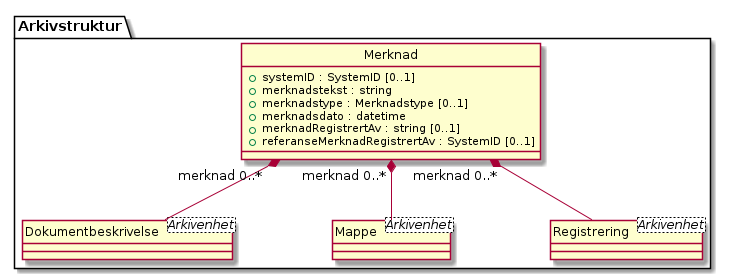
The PlantUML diagram kapitler/media/uml-class-merknad.png in arkivverket/noark5-tjenestegrensesnitt-standard, before a commit.
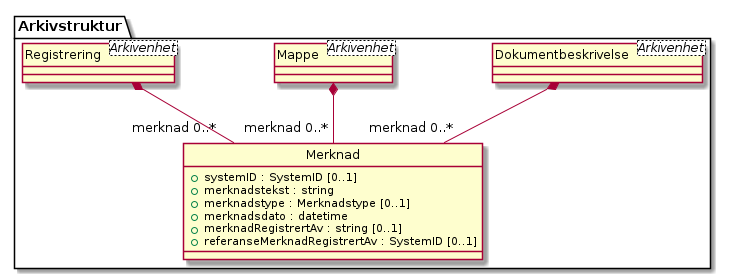
The same file after the commit.

The edit, as a diff of the source:
```diff
@@ -11,11 +11,11 @@
 }
 class Arkivstruktur.Dokumentbeskrivelse <Arkivenhet> {
 }
-Arkivstruktur.Merknad "merknad 0..*" *-- Arkivstruktur.Dokumentbeskrivelse
+Arkivstruktur.Dokumentbeskrivelse *-- "merknad 0..*" Arkivstruktur.Merknad
 class Arkivstruktur.Mappe <Arkivenhet> {
 }
-Arkivstruktur.Merknad "merknad 0..*" *-- Arkivstruktur.Mappe
+Arkivstruktur.Mappe *-- "merknad 0..*" Arkivstruktur.Merknad
 class Arkivstruktur.Registrering <Arkivenhet> {
 }
-Arkivstruktur.Merknad "merknad 0..*" *-- Arkivstruktur.Registrering
+Arkivstruktur.Registrering *-- "merknad 0..*" Arkivstruktur.Merknad
 @enduml
```
